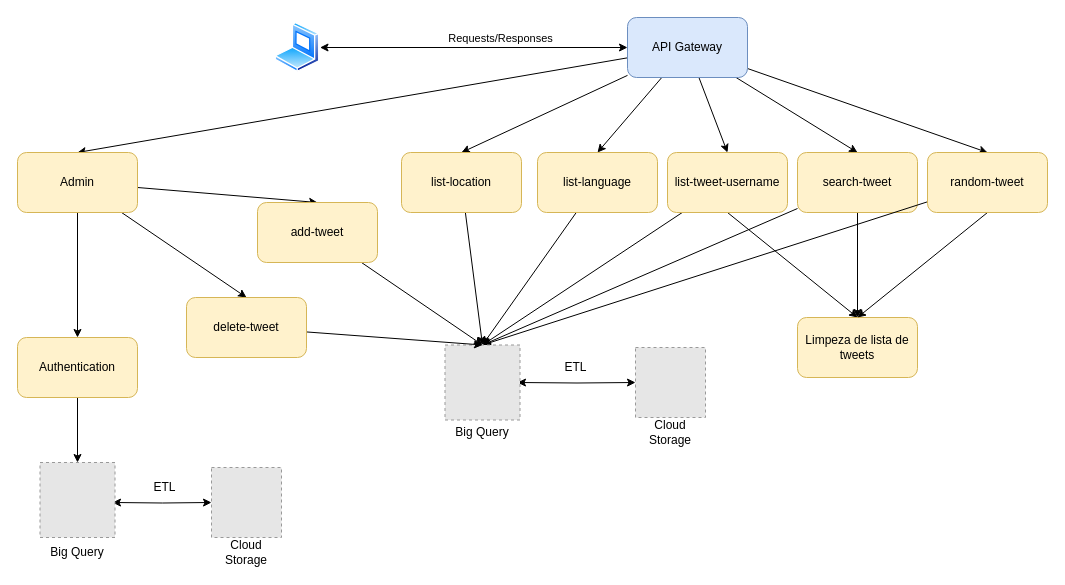
Earlier version of the draw.io diagram architecture/arquitecture_v2.drawio (Portugapt/Cloud-Tweets-2122). Source tidied: cells renumbered, new cells numbered last; positions are measured from the earlier drawing's top-left corner, leaving out a move shared by most shapes. Both pictures are drawn from the tidied source at 100%, with x=0, y=0 at pixel (17, 17). Pictures stored in the file or linked from it are replaced by grey dashed boxes.
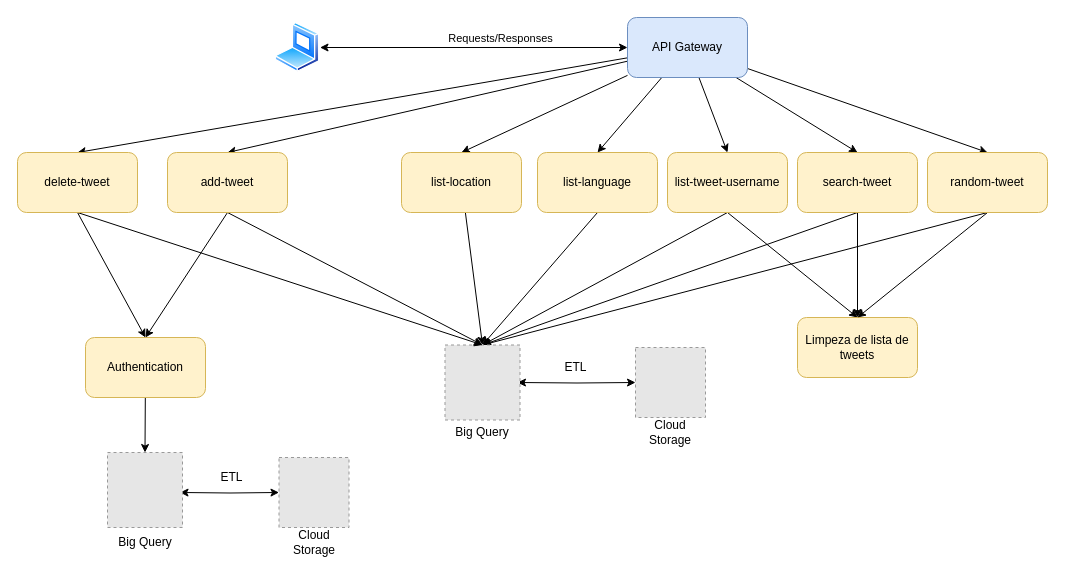
Above is the later version.

Commit message (it also covers changes not shown here):
Add admin services

The change refers to these unchanged cells:
```xml
<mxCell id="8" value="API Gateway" style="rounded=1;whiteSpace=wrap;html=1;fillColor=#dae8fc;strokeColor=#6c8ebf;" parent="1" vertex="1">
  <mxGeometry x="610" width="120" height="60" as="geometry" />
</mxCell>
<mxCell id="20" value="list-language" style="rounded=1;whiteSpace=wrap;html=1;fillColor=#fff2cc;strokeColor=#d6b656;" parent="1" vertex="1">
  <mxGeometry x="520" y="135" width="120" height="60" as="geometry" />
</mxCell>
<mxCell id="36" value="search-tweet" style="rounded=1;whiteSpace=wrap;html=1;fillColor=#fff2cc;strokeColor=#d6b656;" parent="1" vertex="1">
  <mxGeometry x="780" y="135" width="120" height="60" as="geometry" />
</mxCell>
<mxCell id="39" value="random-tweet" style="rounded=1;whiteSpace=wrap;html=1;fillColor=#fff2cc;strokeColor=#d6b656;" parent="1" vertex="1">
  <mxGeometry x="910" y="135" width="120" height="60" as="geometry" />
</mxCell>
<mxCell id="41" value="list-tweet-username" style="rounded=1;whiteSpace=wrap;html=1;fillColor=#fff2cc;strokeColor=#d6b656;" parent="1" vertex="1">
  <mxGeometry x="650" y="135" width="120" height="60" as="geometry" />
</mxCell>
<mxCell id="42" style="fillColor=#E6E6E6;strokeColor=#999999;dashed=1;verticalLabelPosition=bottom;labelBackgroundColor=default;verticalAlign=top;" parent="1" vertex="1">
  <mxGeometry x="427.5" y="327.5" width="75" height="75" as="geometry" />
</mxCell>
```

Change to the diagram source:
```diff
@@
-    <mxCell id="2" style="edgeStyle=none;rounded=0;jettySize=auto;html=1;entryX=0.5;entryY=0;entryDx=0;entryDy=0;" parent="1" edge="1" source="8" target="17">
-      <mxGeometry relative="1" as="geometry" />
-    </mxCell>
@@
+    <mxCell id="48" style="edgeStyle=none;rounded=0;jettySize=auto;html=1;entryX=0.5;entryY=0;entryDx=0;entryDy=0;" parent="1" edge="1" source="8" target="47">
+      <mxGeometry relative="1" as="geometry" />
+    </mxCell>
+    <mxCell id="49" style="edgeStyle=none;rounded=0;jettySize=auto;html=1;entryX=0.5;entryY=0;entryDx=0;entryDy=0;" parent="1" edge="1" source="8" target="45">
+      <mxGeometry relative="1" as="geometry" />
+    </mxCell>
@@
-    <mxCell id="14" style="edgeStyle=none;rounded=0;jettySize=auto;html=1;" parent="1" edge="1" source="17" target="25">
+    <mxCell id="14" style="edgeStyle=none;rounded=0;jettySize=auto;html=1;exitX=0.5;exitY=1;exitDx=0;exitDy=0;entryX=0.5;entryY=0;entryDx=0;entryDy=0;" parent="1" edge="1" source="47" target="25">
       <mxGeometry relative="1" as="geometry" />
     </mxCell>
-    <mxCell id="15" style="rounded=0;jettySize=auto;html=1;entryX=0.5;entryY=0;entryDx=0;entryDy=0;" parent="1" edge="1" source="17" target="45">
-      <mxGeometry relative="1" as="geometry" />
-    </mxCell>
-    <mxCell id="16" style="edgeStyle=none;rounded=0;jettySize=auto;html=1;entryX=0.5;entryY=0;entryDx=0;entryDy=0;" parent="1" edge="1" source="17" target="47">
-      <mxGeometry relative="1" as="geometry" />
-    </mxCell>
-    <mxCell id="17" value="Admin" style="rounded=1;whiteSpace=wrap;html=1;fillColor=#fff2cc;strokeColor=#d6b656;" parent="1" vertex="1">
-      <mxGeometry y="135" width="120" height="60" as="geometry" />
-    </mxCell>
@@
-    <mxCell id="19" style="edgeStyle=none;rounded=0;jettySize=auto;html=1;entryX=0.5;entryY=0;entryDx=0;entryDy=0;" parent="1" edge="1" source="20" target="42">
+    <mxCell id="19" style="edgeStyle=none;rounded=0;jettySize=auto;html=1;entryX=0.5;entryY=0;entryDx=0;entryDy=0;exitX=0.5;exitY=1;exitDx=0;exitDy=0;" parent="1" edge="1" source="20" target="42">
       <mxGeometry relative="1" as="geometry" />
     </mxCell>
@@
     <mxCell id="25" value="Authentication" style="rounded=1;whiteSpace=wrap;html=1;fillColor=#fff2cc;strokeColor=#d6b656;" parent="1" vertex="1">
-      <mxGeometry y="320" width="120" height="60" as="geometry" />
+      <mxGeometry x="68" y="320" width="120" height="60" as="geometry" />
     </mxCell>
     <mxCell id="26" style="edgeStyle=orthogonalEdgeStyle;rounded=0;jettySize=auto;html=1;startArrow=classic;startFill=1;exitX=1;exitY=0.5;exitDx=0;exitDy=0;" parent="1" edge="1" target="28">
       <mxGeometry relative="1" as="geometry">
-        <mxPoint x="95" y="485" as="sourcePoint" />
+        <mxPoint x="162.5" y="475" as="sourcePoint" />
       </mxGeometry>
     </mxCell>
     <mxCell id="27" value="Big Query" style="text;html=1;strokeColor=none;fillColor=none;align=center;verticalAlign=middle;whiteSpace=wrap;rounded=0;" parent="1" vertex="1">
-      <mxGeometry x="30" y="520" width="60" height="30" as="geometry" />
+      <mxGeometry x="97.5" y="510" width="60" height="30" as="geometry" />
     </mxCell>
     <mxCell id="28" style="fillColor=#E6E6E6;strokeColor=#999999;dashed=1;verticalLabelPosition=bottom;labelBackgroundColor=default;verticalAlign=top;" parent="1" vertex="1">
-      <mxGeometry x="194" y="450" width="70" height="70" as="geometry" />
+      <mxGeometry x="261.5" y="440" width="70" height="70" as="geometry" />
     </mxCell>
     <mxCell id="29" value="Cloud Storage" style="text;html=1;strokeColor=none;fillColor=none;align=center;verticalAlign=middle;whiteSpace=wrap;rounded=0;" parent="1" vertex="1">
-      <mxGeometry x="199" y="520" width="60" height="30" as="geometry" />
+      <mxGeometry x="266.5" y="510" width="60" height="30" as="geometry" />
     </mxCell>
     <mxCell id="30" value="ETL" style="text;html=1;align=center;verticalAlign=middle;strokeColor=none;fillColor=none;" parent="1" vertex="1">
-      <mxGeometry x="126.5" y="460" width="40" height="20" as="geometry" />
+      <mxGeometry x="194" y="450" width="40" height="20" as="geometry" />
     </mxCell>
@@
-    <mxCell id="35" style="edgeStyle=none;rounded=0;jettySize=auto;html=1;entryX=0.5;entryY=0;entryDx=0;entryDy=0;" parent="1" edge="1" source="36" target="42">
+    <mxCell id="35" style="edgeStyle=none;rounded=0;jettySize=auto;html=1;entryX=0.5;entryY=0;entryDx=0;entryDy=0;exitX=0.5;exitY=1;exitDx=0;exitDy=0;" parent="1" edge="1" source="36" target="42">
       <mxGeometry relative="1" as="geometry" />
     </mxCell>
@@
-    <mxCell id="38" style="edgeStyle=none;rounded=0;jettySize=auto;html=1;entryX=0.5;entryY=0;entryDx=0;entryDy=0;" parent="1" edge="1" source="39" target="42">
+    <mxCell id="38" style="edgeStyle=none;rounded=0;jettySize=auto;html=1;entryX=0.5;entryY=0;entryDx=0;entryDy=0;exitX=0.5;exitY=1;exitDx=0;exitDy=0;" parent="1" edge="1" source="39" target="42">
       <mxGeometry relative="1" as="geometry" />
     </mxCell>
@@
-    <mxCell id="40" style="edgeStyle=none;rounded=0;jettySize=auto;html=1;entryX=0.5;entryY=0;entryDx=0;entryDy=0;" parent="1" edge="1" source="41" target="42">
+    <mxCell id="40" style="edgeStyle=none;rounded=0;jettySize=auto;html=1;entryX=0.5;entryY=0;entryDx=0;entryDy=0;exitX=0.5;exitY=1;exitDx=0;exitDy=0;" parent="1" edge="1" source="41" target="42">
       <mxGeometry relative="1" as="geometry" />
     </mxCell>
@@
     <mxCell id="43" style="fillColor=#E6E6E6;strokeColor=#999999;dashed=1;verticalLabelPosition=bottom;labelBackgroundColor=default;verticalAlign=top;" parent="1" vertex="1">
-      <mxGeometry x="22.5" y="445" width="75" height="75" as="geometry" />
+      <mxGeometry x="90" y="435" width="75" height="75" as="geometry" />
     </mxCell>
+    <mxCell id="50" style="edgeStyle=none;rounded=0;jettySize=auto;html=1;entryX=0.5;entryY=0;entryDx=0;entryDy=0;exitX=0.5;exitY=1;exitDx=0;exitDy=0;" parent="1" edge="1" source="45" target="25">
+      <mxGeometry relative="1" as="geometry" />
+    </mxCell>
-    <mxCell id="44" style="edgeStyle=none;rounded=0;jettySize=auto;html=1;entryX=0.5;entryY=0;entryDx=0;entryDy=0;" parent="1" edge="1" source="45" target="42">
+    <mxCell id="44" style="edgeStyle=none;rounded=0;jettySize=auto;html=1;entryX=0.5;entryY=0;entryDx=0;entryDy=0;exitX=0.5;exitY=1;exitDx=0;exitDy=0;" parent="1" edge="1" source="45" target="42">
       <mxGeometry relative="1" as="geometry" />
     </mxCell>
     <mxCell id="45" value="add-tweet" style="rounded=1;whiteSpace=wrap;html=1;fillColor=#fff2cc;strokeColor=#d6b656;" parent="1" vertex="1">
-      <mxGeometry x="240" y="185" width="120" height="60" as="geometry" />
+      <mxGeometry x="150" y="135" width="120" height="60" as="geometry" />
     </mxCell>
-    <mxCell id="46" style="edgeStyle=none;rounded=0;jettySize=auto;html=1;entryX=0.5;entryY=0;entryDx=0;entryDy=0;" parent="1" edge="1" source="47" target="42">
+    <mxCell id="46" style="edgeStyle=none;rounded=0;jettySize=auto;html=1;entryX=0.5;entryY=0;entryDx=0;entryDy=0;exitX=0.5;exitY=1;exitDx=0;exitDy=0;" parent="1" edge="1" source="47" target="42">
       <mxGeometry relative="1" as="geometry" />
     </mxCell>
     <mxCell id="47" value="delete-tweet" style="rounded=1;whiteSpace=wrap;html=1;fillColor=#fff2cc;strokeColor=#d6b656;" parent="1" vertex="1">
-      <mxGeometry x="169" y="280" width="120" height="60" as="geometry" />
+      <mxGeometry y="135" width="120" height="60" as="geometry" />
     </mxCell>
```
